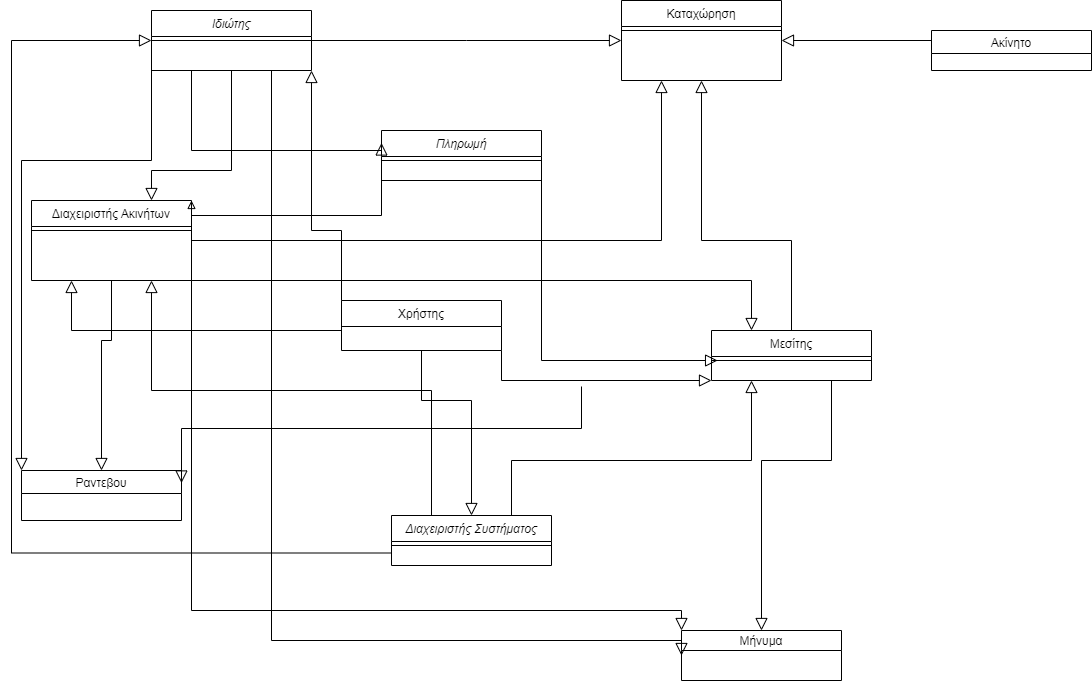
Earlier version of the draw.io export Second Turn-in/Simple Domain Diagram.png (Arlechin/SoftwareTechnology22). Source tidied: cells renumbered, new cells last; positions are measured from the earlier drawing's top-left corner, leaving out a move shared by most shapes.
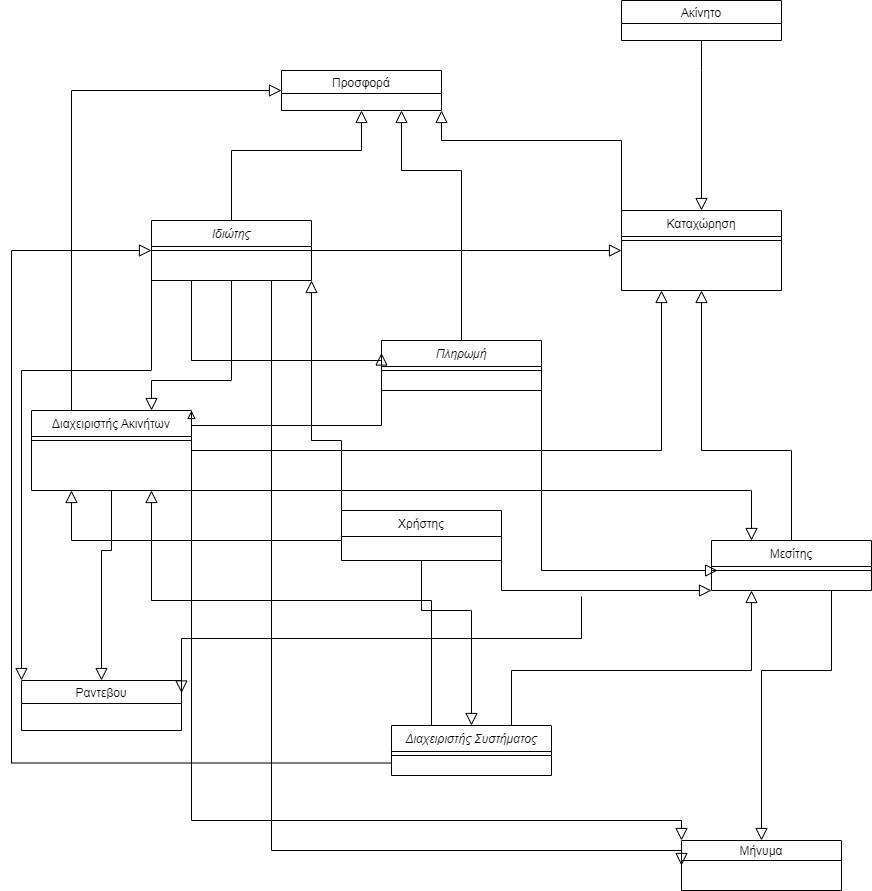
The same diagram one commit later.

Diff of the diagram source:
```diff
@@ -123,12 +123,13 @@
       </mxGeometry>
     </mxCell>
     <mxCell id="25" value="Ακίνητο" style="swimlane;fontStyle=0;" parent="1" vertex="1">
-      <mxGeometry x="920" y="30" width="160" height="40" as="geometry" />
+      <mxGeometry x="610" y="-210" width="160" height="40" as="geometry" />
     </mxCell>
-    <mxCell id="26" style="endArrow=block;endSize=10;endFill=0;shadow=0;strokeWidth=1;rounded=0;edgeStyle=elbowEdgeStyle;elbow=vertical;exitX=0;exitY=0.5;exitDx=0;exitDy=0;entryX=1;entryY=0.5;entryDx=0;entryDy=0;" parent="1" edge="1" source="25" target="10">
+    <mxCell id="26" style="endArrow=block;endSize=10;endFill=0;shadow=0;strokeWidth=1;rounded=0;edgeStyle=elbowEdgeStyle;elbow=vertical;entryX=0.5;entryY=0;entryDx=0;entryDy=0;" parent="1" edge="1" target="10">
       <mxGeometry relative="1" as="geometry">
+        <mxPoint x="690" y="-170" as="sourcePoint" />
         <Array as="points">
-          <mxPoint x="850" y="40" />
+          <mxPoint x="620" y="-140" />
         </Array>
       </mxGeometry>
     </mxCell>
@@ -254,5 +255,45 @@
         <mxPoint x="-40" y="32" as="offset" />
       </mxGeometry>
     </mxCell>
+    <mxCell id="40" value="Προσφορά" style="swimlane;fontStyle=0;" parent="1" vertex="1">
+      <mxGeometry x="270" y="-140" width="160" height="40" as="geometry" />
+    </mxCell>
+    <mxCell id="41" style="endArrow=block;endSize=10;endFill=0;shadow=0;strokeWidth=1;rounded=0;edgeStyle=elbowEdgeStyle;elbow=vertical;exitX=0;exitY=0.25;exitDx=0;exitDy=0;entryX=1;entryY=1;entryDx=0;entryDy=0;" parent="1" edge="1" source="10" target="40">
+      <mxGeometry relative="1" as="geometry">
+        <Array as="points">
+          <mxPoint x="560" y="-70" />
+          <mxPoint x="620" y="-160" />
+        </Array>
+      </mxGeometry>
+    </mxCell>
+    <mxCell id="42" style="endArrow=block;endSize=10;endFill=0;shadow=0;strokeWidth=1;rounded=0;edgeStyle=elbowEdgeStyle;elbow=vertical;exitX=0.5;exitY=0;exitDx=0;exitDy=0;entryX=0.5;entryY=1;entryDx=0;entryDy=0;" parent="1" edge="1" source="2" target="40">
+      <mxGeometry relative="1" as="geometry">
+        <Array as="points">
+          <mxPoint x="290" y="-60" />
+          <mxPoint x="350" y="-90" />
+          <mxPoint x="570" y="-60" />
+          <mxPoint x="630" y="-150" />
+        </Array>
+      </mxGeometry>
+    </mxCell>
+    <mxCell id="43" style="endArrow=block;endSize=10;endFill=0;shadow=0;strokeWidth=1;rounded=0;edgeStyle=elbowEdgeStyle;elbow=vertical;exitX=0.25;exitY=0;exitDx=0;exitDy=0;entryX=0;entryY=0.5;entryDx=0;entryDy=0;" parent="1" edge="1" source="4" target="40">
+      <mxGeometry relative="1" as="geometry">
+        <Array as="points">
+          <mxPoint x="200" y="-120" />
+          <mxPoint x="360" y="-80" />
+          <mxPoint x="580" y="-50" />
+          <mxPoint x="640" y="-140" />
+        </Array>
+      </mxGeometry>
+    </mxCell>
+    <mxCell id="44" style="endArrow=block;endSize=10;endFill=0;shadow=0;strokeWidth=1;rounded=0;edgeStyle=elbowEdgeStyle;elbow=vertical;exitX=0.5;exitY=0;exitDx=0;exitDy=0;entryX=0.75;entryY=1;entryDx=0;entryDy=0;" parent="1" edge="1" source="14" target="40">
+      <mxGeometry relative="1" as="geometry">
+        <Array as="points">
+          <mxPoint x="400" y="-40" />
+          <mxPoint x="570" y="-60" />
+          <mxPoint x="630" y="-150" />
+        </Array>
+      </mxGeometry>
+    </mxCell>
   </root>
 </mxGraphModel>
```
